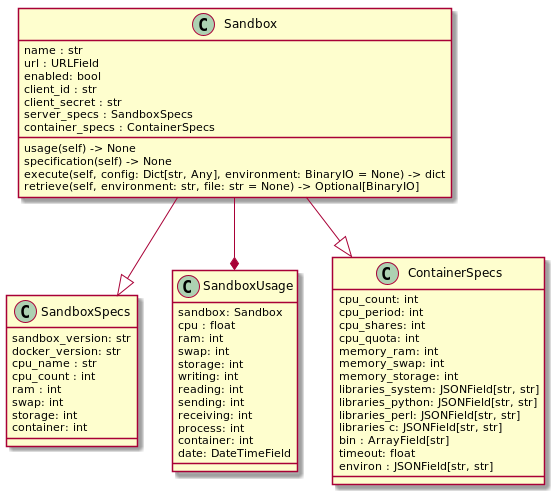
Above: diagrammes/sandbox/sandbox.png in PremierLangage/platon-conception (PlantUML), before the change.
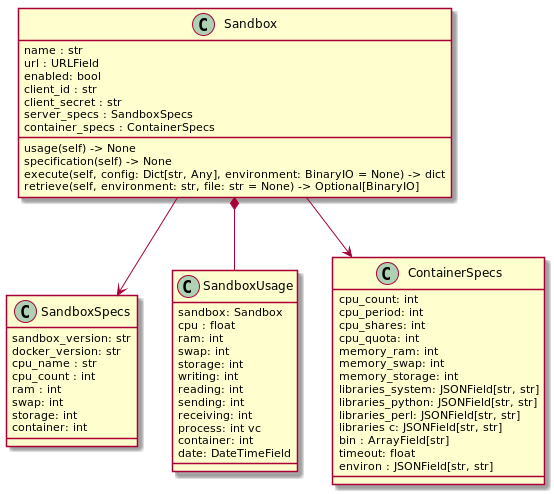
Later version of the same file.

Diff of the diagram source:
```diff
@@ -22,7 +22,7 @@
     reading: int
     sending: int
     receiving: int
-    process: int
+    process: int vc
     container: int
     date: DateTimeField
 }
@@ -61,8 +61,8 @@
     retrieve(self, environment: str, file: str = None) -> Optional[BinaryIO]
 }
 
-Sandbox --|> SandboxSpecs
-Sandbox --|> ContainerSpecs
-Sandbox --* SandboxUsage
+Sandbox --> SandboxSpecs
+Sandbox --> ContainerSpecs
+Sandbox *-- SandboxUsage
 
 @enduml
```
